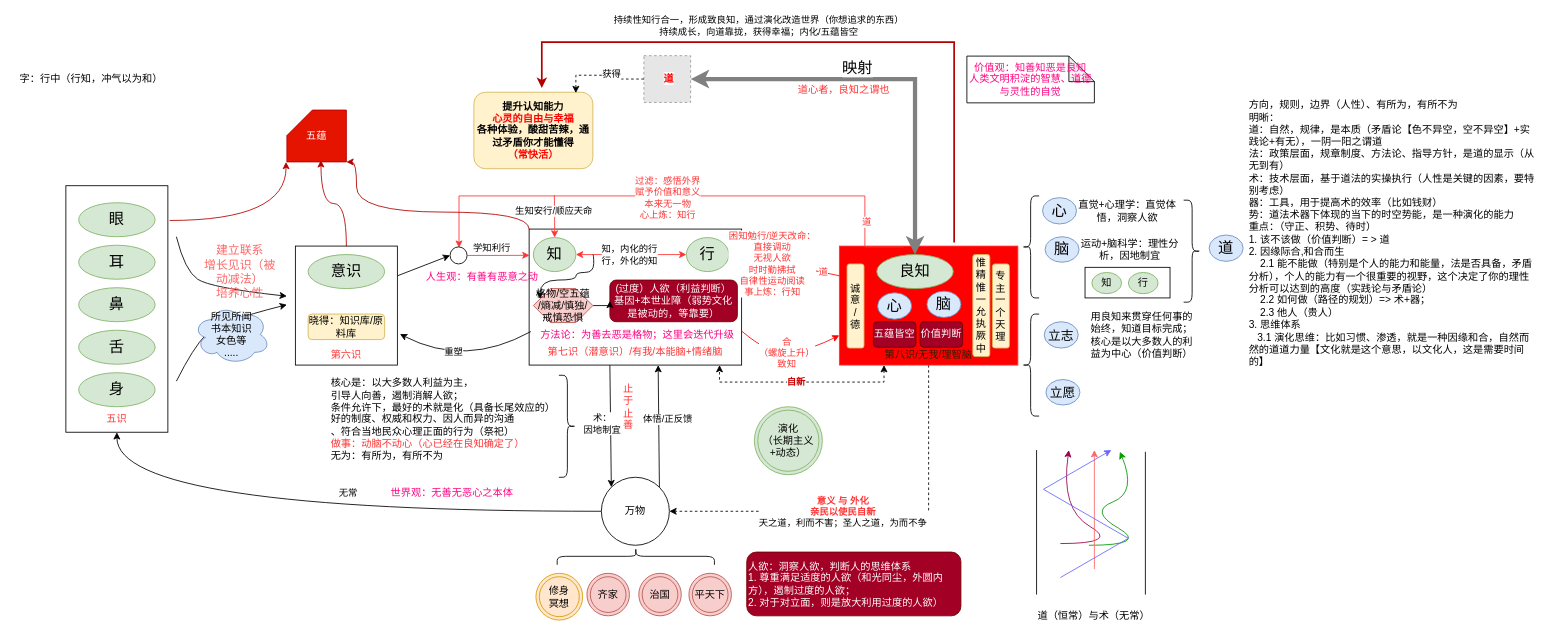
Above: page "良知" (1 of 2) of xinxue.drawio in kason-huang/DrawIO (draw.io), before the change. Source tidied: cells renumbered, new cells numbered last; positions are measured from the earlier drawing's top-left corner, leaving out a move shared by most shapes. Both pictures are drawn from the tidied source at 85%, with x=0, y=0 at pixel (14, 42). Pictures stored in the file or linked from it are replaced by grey dashed boxes.
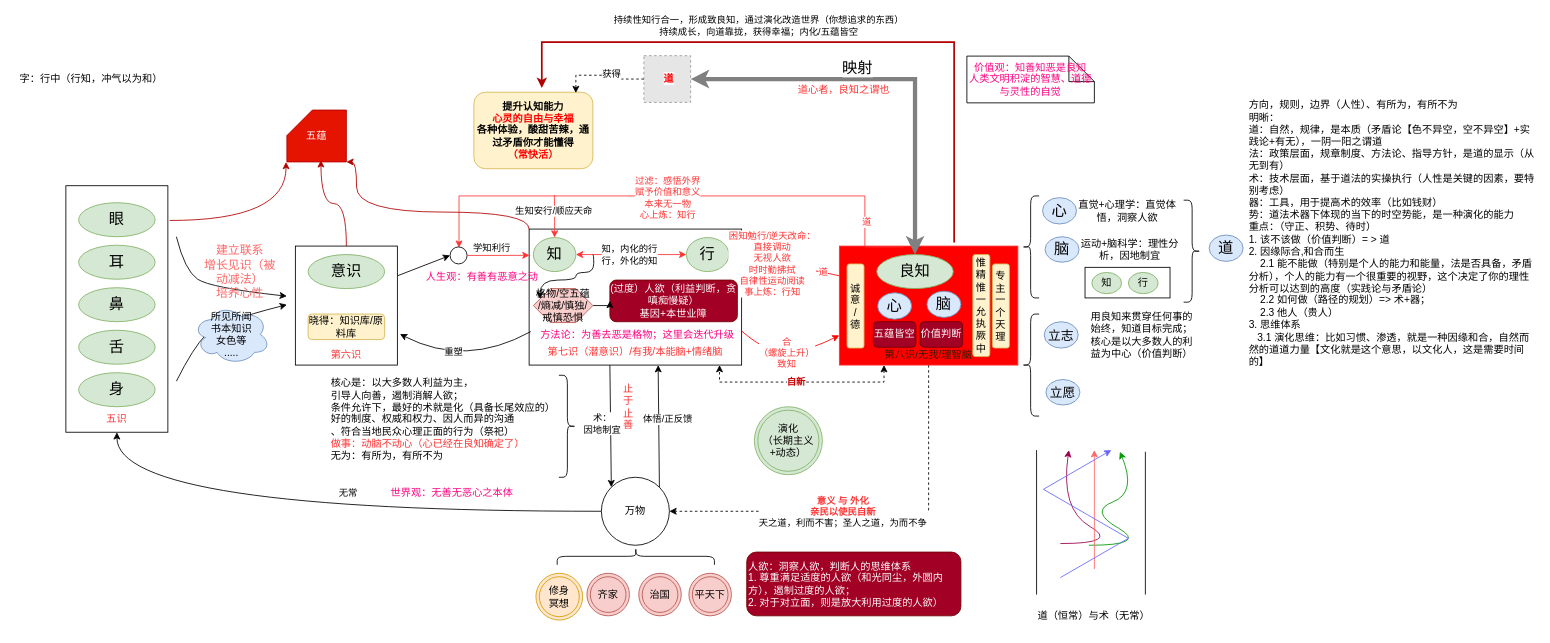
Above is the later version.

What changed in the source:
```diff
@@
-    <mxCell id="42" value="(过度）人欲（利益判断）&lt;br&gt;基因+本世业障（弱势文化是被动的，等靠要）" style="rounded=1;whiteSpace=wrap;html=1;fillColor=#a20025;strokeColor=#6F0000;fontColor=#ffffff;" parent="1" vertex="1">
+    <mxCell id="42" value="(过度）人欲（利益判断，贪嗔痴慢疑）&lt;br&gt;基因+本世业障" style="rounded=1;whiteSpace=wrap;html=1;fillColor=#a20025;strokeColor=#6F0000;fontColor=#ffffff;" parent="1" vertex="1">
       <mxGeometry x="700" y="280" width="150" height="49" as="geometry" />
     </mxCell>
```
